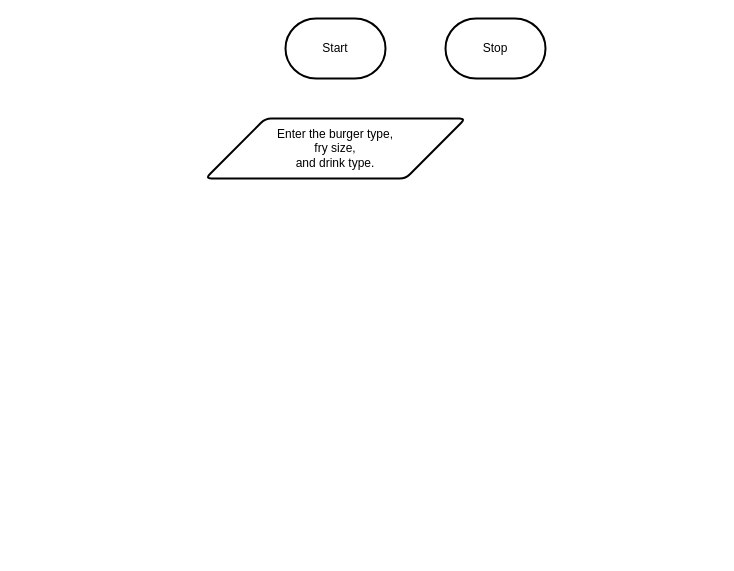
Before: design/flow-chart.drawio in sam-corbett/ICS2O-Assignment-04-JS, a draw.io diagram. Source tidied: cells renumbered, new cells numbered last; positions are measured from the earlier drawing's top-left corner, leaving out a move shared by most shapes. Both pictures are drawn from the tidied source at 100%, with x=0, y=0 at pixel (205, 18).
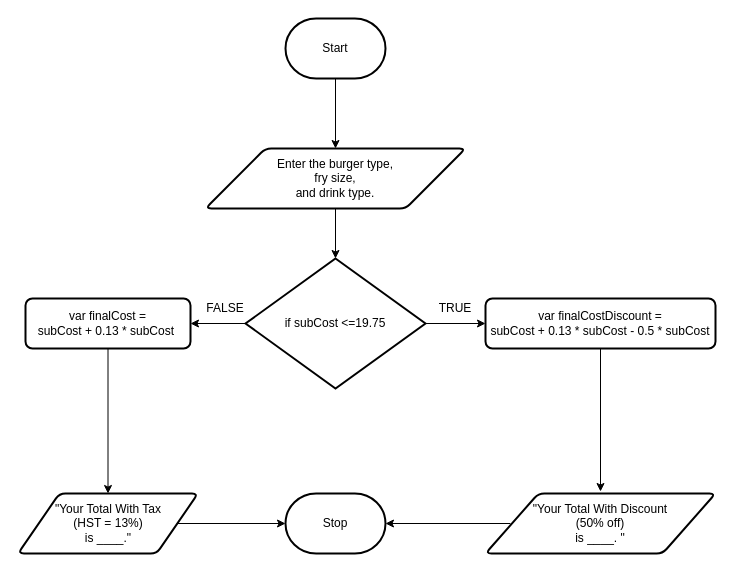
The same diagram, later.

Commit message (it also covers changes not shown here):
flowchart andf storyboard created

What changed in the source:
```diff
@@
 <mxGraphModel>
   <root>
     <mxCell id="0" />
     <mxCell id="1" parent="0" />
+    <mxCell id="5" style="edgeStyle=none;html=1;entryX=0.5;entryY=0;entryDx=0;entryDy=0;" parent="1" edge="1" source="2" target="4">
+      <mxGeometry relative="1" as="geometry" />
+    </mxCell>
     <mxCell id="2" value="Start" style="strokeWidth=2;html=1;shape=mxgraph.flowchart.terminator;whiteSpace=wrap;" parent="1" vertex="1">
       <mxGeometry x="80" width="100" height="60" as="geometry" />
     </mxCell>
     <mxCell id="3" value="Stop" style="strokeWidth=2;html=1;shape=mxgraph.flowchart.terminator;whiteSpace=wrap;" parent="1" vertex="1">
-      <mxGeometry x="240" width="100" height="60" as="geometry" />
+      <mxGeometry x="80" y="475" width="100" height="60" as="geometry" />
     </mxCell>
+    <mxCell id="6" style="edgeStyle=none;html=1;entryX=0.5;entryY=0;entryDx=0;entryDy=0;entryPerimeter=0;" parent="1" edge="1" source="4" target="9">
+      <mxGeometry relative="1" as="geometry" />
+    </mxCell>
     <mxCell id="4" value="Enter the burger type, &lt;br&gt;fry size,&lt;br&gt;and drink type." style="shape=parallelogram;html=1;strokeWidth=2;perimeter=parallelogramPerimeter;whiteSpace=wrap;rounded=1;arcSize=12;size=0.23;" parent="1" vertex="1">
-      <mxGeometry y="100" width="260" height="60" as="geometry" />
+      <mxGeometry y="130" width="260" height="60" as="geometry" />
     </mxCell>
+    <mxCell id="7" style="edgeStyle=none;html=1;exitX=1;exitY=0.5;exitDx=0;exitDy=0;exitPerimeter=0;" parent="1" edge="1" source="9" target="11">
+      <mxGeometry relative="1" as="geometry" />
+    </mxCell>
+    <mxCell id="8" style="edgeStyle=none;html=1;exitX=0;exitY=0.5;exitDx=0;exitDy=0;exitPerimeter=0;entryX=1;entryY=0.5;entryDx=0;entryDy=0;" parent="1" edge="1" source="9" target="13">
+      <mxGeometry relative="1" as="geometry" />
+    </mxCell>
+    <mxCell id="9" value="if subCost &amp;lt;=19.75" style="strokeWidth=2;html=1;shape=mxgraph.flowchart.decision;whiteSpace=wrap;" parent="1" vertex="1">
+      <mxGeometry x="40" y="240" width="180" height="130" as="geometry" />
+    </mxCell>
+    <mxCell id="10" style="edgeStyle=none;html=1;" parent="1" edge="1" source="11" target="15">
+      <mxGeometry relative="1" as="geometry" />
+    </mxCell>
+    <mxCell id="11" value="var finalCostDiscount = &lt;br&gt;subCost + 0.13 * subCost - 0.5 * subCost" style="rounded=1;whiteSpace=wrap;html=1;absoluteArcSize=1;arcSize=14;strokeWidth=2;" parent="1" vertex="1">
+      <mxGeometry x="280" y="280" width="230" height="50" as="geometry" />
+    </mxCell>
+    <mxCell id="12" style="edgeStyle=none;html=1;entryX=0.5;entryY=0;entryDx=0;entryDy=0;" parent="1" edge="1" source="13" target="17">
+      <mxGeometry relative="1" as="geometry" />
+    </mxCell>
+    <mxCell id="13" value="var finalCost = &lt;br&gt;subCost + 0.13 * subCost&amp;nbsp;" style="rounded=1;whiteSpace=wrap;html=1;absoluteArcSize=1;arcSize=14;strokeWidth=2;" parent="1" vertex="1">
+      <mxGeometry x="-180" y="280" width="165" height="50" as="geometry" />
+    </mxCell>
+    <mxCell id="14" style="edgeStyle=none;html=1;" parent="1" edge="1" source="15" target="3">
+      <mxGeometry relative="1" as="geometry" />
+    </mxCell>
+    <mxCell id="15" value="&quot;Your Total With Discount &lt;br&gt;(50% off)&lt;br&gt;is ____. &quot;" style="shape=parallelogram;html=1;strokeWidth=2;perimeter=parallelogramPerimeter;whiteSpace=wrap;rounded=1;arcSize=12;size=0.23;perimeterSpacing=2;" parent="1" vertex="1">
+      <mxGeometry x="280" y="475" width="230" height="60" as="geometry" />
+    </mxCell>
+    <mxCell id="16" style="edgeStyle=none;html=1;exitX=1;exitY=0.5;exitDx=0;exitDy=0;entryX=0;entryY=0.5;entryDx=0;entryDy=0;entryPerimeter=0;" parent="1" edge="1" source="17" target="3">
+      <mxGeometry relative="1" as="geometry" />
+    </mxCell>
+    <mxCell id="17" value="&quot;Your Total With Tax &lt;br&gt;(HST = 13%)&lt;br&gt;is ____.&quot;" style="shape=parallelogram;html=1;strokeWidth=2;perimeter=parallelogramPerimeter;whiteSpace=wrap;rounded=1;arcSize=12;size=0.23;" parent="1" vertex="1">
+      <mxGeometry x="-187.5" y="475" width="180" height="60" as="geometry" />
+    </mxCell>
+    <mxCell id="18" value="TRUE" style="text;html=1;strokeColor=none;fillColor=none;align=center;verticalAlign=middle;whiteSpace=wrap;rounded=0;" parent="1" vertex="1">
+      <mxGeometry x="220" y="275" width="60" height="30" as="geometry" />
+    </mxCell>
+    <mxCell id="19" value="FALSE" style="text;html=1;strokeColor=none;fillColor=none;align=center;verticalAlign=middle;whiteSpace=wrap;rounded=0;" parent="1" vertex="1">
+      <mxGeometry x="-10" y="275" width="60" height="30" as="geometry" />
+    </mxCell>
   </root>
 </mxGraphModel>
```
